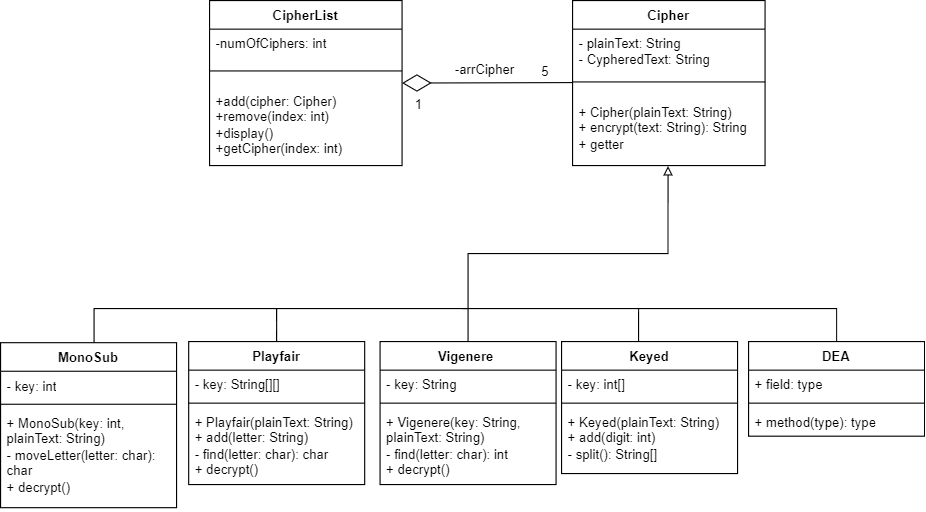
The draw.io diagram uml-class-edu-enc-program.png in HAQ7/educational-encryption-program, before a commit. Source tidied: cells renumbered, new cells last; positions are measured from the earlier drawing's top-left corner, leaving out a move shared by most shapes. The source it was exported from:
```xml
<mxGraphModel>
  <root>
    <mxCell id="0" />
    <mxCell id="1" parent="0" />
    <mxCell id="2" value="Cipher" style="swimlane;fontStyle=1;align=center;verticalAlign=top;horizontal=1;startSize=26;whiteSpace=wrap;html=1;" parent="1" vertex="1">
      <mxGeometry x="520" width="175" height="150" as="geometry" />
    </mxCell>
    <mxCell id="3" value="- plainText: String&lt;br&gt;- CypheredText: String&lt;br&gt;" style="text;strokeColor=none;fillColor=none;align=left;verticalAlign=top;spacingLeft=4;spacingRight=4;overflow=hidden;whiteSpace=wrap;html=1;" parent="2" vertex="1">
      <mxGeometry y="26" width="175" height="34" as="geometry" />
    </mxCell>
    <mxCell id="4" style="line;strokeWidth=1;fillColor=none;align=left;verticalAlign=middle;spacingTop=-1;spacingLeft=3;spacingRight=3;labelPosition=right;strokeColor=inherit;" parent="2" vertex="1">
      <mxGeometry y="60" width="175" height="28" as="geometry" />
    </mxCell>
    <mxCell id="5" value="+ Cipher(plainText: String)&lt;br&gt;+ encrypt(text: String): String&lt;br&gt;+ getter" style="text;strokeColor=none;fillColor=none;align=left;verticalAlign=top;spacingLeft=4;spacingRight=4;overflow=hidden;points=[[0,0.5],[1,0.5]];portConstraint=eastwest;whiteSpace=wrap;html=1;" parent="2" vertex="1">
      <mxGeometry y="88" width="175" height="62" as="geometry" />
    </mxCell>
    <mxCell id="6" style="edgeStyle=orthogonalEdgeStyle;rounded=0;jettySize=auto;html=1;entryX=0.496;entryY=1.007;entryDx=0;entryDy=0;entryPerimeter=0;strokeWidth=1;endArrow=block;endFill=0;" parent="1" edge="1" source="7" target="5">
      <mxGeometry relative="1" as="geometry" />
    </mxCell>
    <mxCell id="7" value="Vigenere&amp;nbsp;" style="swimlane;fontStyle=1;align=center;verticalAlign=top;horizontal=1;startSize=26;whiteSpace=wrap;html=1;" parent="1" vertex="1">
      <mxGeometry x="345" y="310" width="160" height="130" as="geometry" />
    </mxCell>
    <mxCell id="8" value="- key: String" style="text;strokeColor=none;fillColor=none;align=left;verticalAlign=top;spacingLeft=4;spacingRight=4;overflow=hidden;whiteSpace=wrap;html=1;" parent="7" vertex="1">
      <mxGeometry y="26" width="160" height="26" as="geometry" />
    </mxCell>
    <mxCell id="9" style="line;strokeWidth=1;fillColor=none;align=left;verticalAlign=middle;spacingTop=-1;spacingLeft=3;spacingRight=3;labelPosition=right;strokeColor=inherit;" parent="7" vertex="1">
      <mxGeometry y="52" width="160" height="8" as="geometry" />
    </mxCell>
    <mxCell id="10" value="+ Vigenere(key: String, plainText: String)&lt;br&gt;- find(letter: char): int&lt;br&gt;+ decrypt()" style="text;strokeColor=none;fillColor=none;align=left;verticalAlign=top;spacingLeft=4;spacingRight=4;overflow=hidden;whiteSpace=wrap;html=1;" parent="7" vertex="1">
      <mxGeometry y="60" width="160" height="70" as="geometry" />
    </mxCell>
    <mxCell id="11" style="edgeStyle=orthogonalEdgeStyle;rounded=0;jettySize=auto;html=1;endArrow=none;endFill=0;" parent="1" edge="1" source="12">
      <mxGeometry relative="1" as="geometry">
        <mxPoint x="251" y="280" as="targetPoint" />
      </mxGeometry>
    </mxCell>
    <mxCell id="12" value="Playfair" style="swimlane;fontStyle=1;align=center;verticalAlign=top;horizontal=1;startSize=26;whiteSpace=wrap;html=1;" parent="1" vertex="1">
      <mxGeometry x="171" y="310" width="160" height="130" as="geometry" />
    </mxCell>
    <mxCell id="13" value="- key: String[][]" style="text;strokeColor=none;fillColor=none;align=left;verticalAlign=top;spacingLeft=4;spacingRight=4;overflow=hidden;whiteSpace=wrap;html=1;" parent="12" vertex="1">
      <mxGeometry y="26" width="160" height="26" as="geometry" />
    </mxCell>
    <mxCell id="14" style="line;strokeWidth=1;fillColor=none;align=left;verticalAlign=middle;spacingTop=-1;spacingLeft=3;spacingRight=3;labelPosition=right;strokeColor=inherit;" parent="12" vertex="1">
      <mxGeometry y="52" width="160" height="8" as="geometry" />
    </mxCell>
    <mxCell id="15" value="+ Playfair(plainText: String)&lt;br&gt;+ add(letter: String)&lt;br&gt;- find(letter: char): char&lt;br&gt;+ decrypt()" style="text;strokeColor=none;fillColor=none;align=left;verticalAlign=top;spacingLeft=4;spacingRight=4;overflow=hidden;whiteSpace=wrap;html=1;" parent="12" vertex="1">
      <mxGeometry y="60" width="160" height="70" as="geometry" />
    </mxCell>
    <mxCell id="16" style="edgeStyle=orthogonalEdgeStyle;rounded=0;orthogonalLoop=1;jettySize=auto;html=1;endArrow=none;endFill=0;" parent="1" edge="1">
      <mxGeometry relative="1" as="geometry">
        <mxPoint x="85" y="331" as="sourcePoint" />
        <mxPoint x="425" y="280" as="targetPoint" />
        <Array as="points">
          <mxPoint x="85" y="280" />
        </Array>
      </mxGeometry>
    </mxCell>
    <mxCell id="17" value="MonoSub" style="swimlane;fontStyle=1;align=center;verticalAlign=top;horizontal=1;startSize=26;whiteSpace=wrap;html=1;" parent="1" vertex="1">
      <mxGeometry y="311" width="160" height="150" as="geometry" />
    </mxCell>
    <mxCell id="18" value="- key: int" style="text;strokeColor=none;fillColor=none;align=left;verticalAlign=top;spacingLeft=4;spacingRight=4;overflow=hidden;whiteSpace=wrap;html=1;" parent="17" vertex="1">
      <mxGeometry y="26" width="160" height="26" as="geometry" />
    </mxCell>
    <mxCell id="19" style="line;strokeWidth=1;fillColor=none;align=left;verticalAlign=middle;spacingTop=-1;spacingLeft=3;spacingRight=3;labelPosition=right;strokeColor=inherit;" parent="17" vertex="1">
      <mxGeometry y="52" width="160" height="8" as="geometry" />
    </mxCell>
    <mxCell id="20" value="+ MonoSub(key: int, plainText: String)&lt;br&gt;- moveLetter(letter: char): char&lt;br&gt;+ decrypt()" style="text;strokeColor=none;fillColor=none;align=left;verticalAlign=top;spacingLeft=4;spacingRight=4;overflow=hidden;whiteSpace=wrap;html=1;" parent="17" vertex="1">
      <mxGeometry y="60" width="160" height="90" as="geometry" />
    </mxCell>
    <mxCell id="21" style="edgeStyle=orthogonalEdgeStyle;rounded=0;orthogonalLoop=1;jettySize=auto;html=1;endArrow=none;endFill=0;" parent="1" edge="1">
      <mxGeometry relative="1" as="geometry">
        <mxPoint x="580" y="330" as="sourcePoint" />
        <mxPoint x="420" y="280" as="targetPoint" />
        <Array as="points">
          <mxPoint x="580" y="280" />
        </Array>
      </mxGeometry>
    </mxCell>
    <mxCell id="22" value="Keyed" style="swimlane;fontStyle=1;align=center;verticalAlign=top;horizontal=1;startSize=26;whiteSpace=wrap;html=1;" parent="1" vertex="1">
      <mxGeometry x="510" y="310" width="160" height="120" as="geometry" />
    </mxCell>
    <mxCell id="23" value="- key: int[]" style="text;strokeColor=none;fillColor=none;align=left;verticalAlign=top;spacingLeft=4;spacingRight=4;overflow=hidden;whiteSpace=wrap;html=1;" parent="22" vertex="1">
      <mxGeometry y="26" width="160" height="26" as="geometry" />
    </mxCell>
    <mxCell id="24" style="line;strokeWidth=1;fillColor=none;align=left;verticalAlign=middle;spacingTop=-1;spacingLeft=3;spacingRight=3;labelPosition=right;strokeColor=inherit;" parent="22" vertex="1">
      <mxGeometry y="52" width="160" height="8" as="geometry" />
    </mxCell>
    <mxCell id="25" value="+ Keyed(plainText: String)&lt;br&gt;+ add(digit: int)&lt;br&gt;- split(): String[]" style="text;strokeColor=none;fillColor=none;align=left;verticalAlign=top;spacingLeft=4;spacingRight=4;overflow=hidden;whiteSpace=wrap;html=1;" parent="22" vertex="1">
      <mxGeometry y="60" width="160" height="60" as="geometry" />
    </mxCell>
    <mxCell id="26" style="edgeStyle=orthogonalEdgeStyle;rounded=0;jettySize=auto;html=1;endArrow=none;endFill=0;" parent="1" edge="1" source="27">
      <mxGeometry relative="1" as="geometry">
        <mxPoint x="580" y="280" as="targetPoint" />
        <Array as="points">
          <mxPoint x="760" y="280" />
        </Array>
      </mxGeometry>
    </mxCell>
    <mxCell id="27" value="DEA" style="swimlane;fontStyle=1;align=center;verticalAlign=top;horizontal=1;startSize=26;whiteSpace=wrap;html=1;" parent="1" vertex="1">
      <mxGeometry x="680" y="310" width="160" height="86" as="geometry" />
    </mxCell>
    <mxCell id="28" value="+ field: type" style="text;strokeColor=none;fillColor=none;align=left;verticalAlign=top;spacingLeft=4;spacingRight=4;overflow=hidden;whiteSpace=wrap;html=1;" parent="27" vertex="1">
      <mxGeometry y="26" width="160" height="26" as="geometry" />
    </mxCell>
    <mxCell id="29" style="line;strokeWidth=1;fillColor=none;align=left;verticalAlign=middle;spacingTop=-1;spacingLeft=3;spacingRight=3;labelPosition=right;strokeColor=inherit;" parent="27" vertex="1">
      <mxGeometry y="52" width="160" height="8" as="geometry" />
    </mxCell>
    <mxCell id="30" value="+ method(type): type" style="text;strokeColor=none;fillColor=none;align=left;verticalAlign=top;spacingLeft=4;spacingRight=4;overflow=hidden;whiteSpace=wrap;html=1;" parent="27" vertex="1">
      <mxGeometry y="60" width="160" height="26" as="geometry" />
    </mxCell>
    <mxCell id="31" style="endArrow=diamondThin;endFill=0;endSize=24;html=1;rounded=0;" parent="1" edge="1">
      <mxGeometry relative="1" as="geometry">
        <mxPoint x="520" y="74.6" as="sourcePoint" />
        <mxPoint x="365" y="75" as="targetPoint" />
      </mxGeometry>
    </mxCell>
    <mxCell id="32" value="CipherList" style="swimlane;fontStyle=1;align=center;verticalAlign=top;horizontal=1;startSize=26;whiteSpace=wrap;html=1;" parent="1" vertex="1">
      <mxGeometry x="190" width="175" height="150" as="geometry" />
    </mxCell>
    <mxCell id="33" value="-numOfCiphers: int" style="text;strokeColor=none;fillColor=none;align=left;verticalAlign=top;spacingLeft=4;spacingRight=4;overflow=hidden;whiteSpace=wrap;html=1;" parent="32" vertex="1">
      <mxGeometry y="26" width="175" height="24" as="geometry" />
    </mxCell>
    <mxCell id="34" style="line;strokeWidth=1;fillColor=none;align=left;verticalAlign=middle;spacingTop=-1;spacingLeft=3;spacingRight=3;labelPosition=right;strokeColor=inherit;" parent="32" vertex="1">
      <mxGeometry y="50" width="175" height="28" as="geometry" />
    </mxCell>
    <mxCell id="35" value="+add(cipher: Cipher)&lt;br&gt;+remove(index: int)&lt;br&gt;+display()&lt;br&gt;+getCipher(index: int)" style="text;strokeColor=none;fillColor=none;align=left;verticalAlign=top;spacingLeft=4;spacingRight=4;overflow=hidden;whiteSpace=wrap;html=1;" parent="32" vertex="1">
      <mxGeometry y="78" width="175" height="72" as="geometry" />
    </mxCell>
    <mxCell id="36" value="5" style="text;html=1;align=center;verticalAlign=middle;strokeColor=none;fillColor=none;" parent="1" vertex="1">
      <mxGeometry x="480" y="50" width="30" height="30" as="geometry" />
    </mxCell>
    <mxCell id="37" value="1" style="text;html=1;align=center;verticalAlign=middle;strokeColor=none;fillColor=none;" parent="1" vertex="1">
      <mxGeometry x="365" y="80" width="30" height="30" as="geometry" />
    </mxCell>
    <mxCell id="38" value="-arrCipher" style="text;html=1;align=center;verticalAlign=middle;strokeColor=none;fillColor=none;" parent="1" vertex="1">
      <mxGeometry x="400" y="48" width="80" height="30" as="geometry" />
    </mxCell>
  </root>
</mxGraphModel>
```
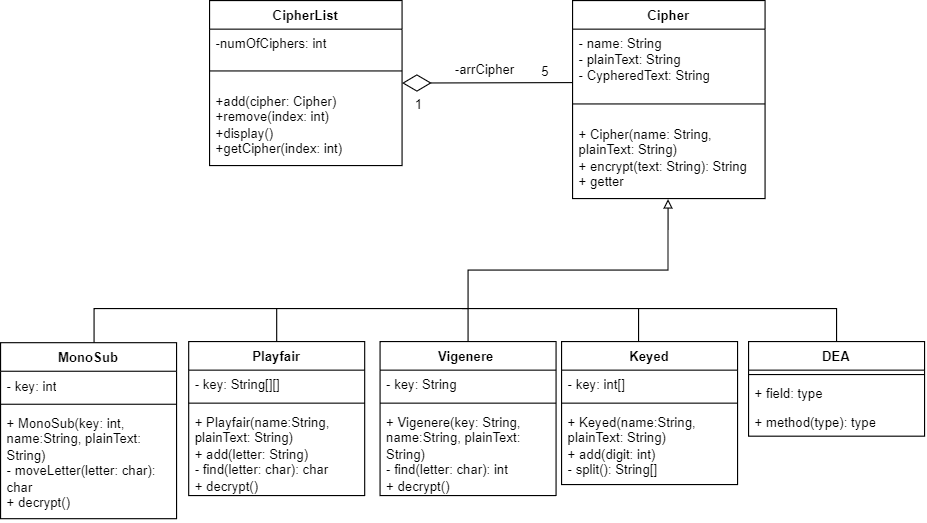
Later version of the same file.

Commit message:
new uml class

What changed in the source:
```diff
@@ -3,22 +3,22 @@
     <mxCell id="0" />
     <mxCell id="1" parent="0" />
     <mxCell id="2" value="Cipher" style="swimlane;fontStyle=1;align=center;verticalAlign=top;horizontal=1;startSize=26;whiteSpace=wrap;html=1;" parent="1" vertex="1">
-      <mxGeometry x="520" width="175" height="150" as="geometry" />
+      <mxGeometry x="520" width="175" height="180" as="geometry" />
     </mxCell>
-    <mxCell id="3" value="- plainText: String&lt;br&gt;- CypheredText: String&lt;br&gt;" style="text;strokeColor=none;fillColor=none;align=left;verticalAlign=top;spacingLeft=4;spacingRight=4;overflow=hidden;whiteSpace=wrap;html=1;" parent="2" vertex="1">
-      <mxGeometry y="26" width="175" height="34" as="geometry" />
+    <mxCell id="3" value="- name: String&lt;br&gt;- plainText: String&lt;br&gt;- CypheredText: String" style="text;strokeColor=none;fillColor=none;align=left;verticalAlign=top;spacingLeft=4;spacingRight=4;overflow=hidden;whiteSpace=wrap;html=1;" parent="2" vertex="1">
+      <mxGeometry y="26" width="175" height="54" as="geometry" />
     </mxCell>
     <mxCell id="4" style="line;strokeWidth=1;fillColor=none;align=left;verticalAlign=middle;spacingTop=-1;spacingLeft=3;spacingRight=3;labelPosition=right;strokeColor=inherit;" parent="2" vertex="1">
-      <mxGeometry y="60" width="175" height="28" as="geometry" />
+      <mxGeometry y="80" width="175" height="28" as="geometry" />
     </mxCell>
-    <mxCell id="5" value="+ Cipher(plainText: String)&lt;br&gt;+ encrypt(text: String): String&lt;br&gt;+ getter" style="text;strokeColor=none;fillColor=none;align=left;verticalAlign=top;spacingLeft=4;spacingRight=4;overflow=hidden;points=[[0,0.5],[1,0.5]];portConstraint=eastwest;whiteSpace=wrap;html=1;" parent="2" vertex="1">
-      <mxGeometry y="88" width="175" height="62" as="geometry" />
+    <mxCell id="5" value="+ Cipher(name: String, plainText: String)&lt;br&gt;+ encrypt(text: String): String&lt;br&gt;+ getter" style="text;strokeColor=none;fillColor=none;align=left;verticalAlign=top;spacingLeft=4;spacingRight=4;overflow=hidden;points=[[0,0.5],[1,0.5]];portConstraint=eastwest;whiteSpace=wrap;html=1;" parent="2" vertex="1">
+      <mxGeometry y="108" width="175" height="72" as="geometry" />
     </mxCell>
     <mxCell id="6" style="edgeStyle=orthogonalEdgeStyle;rounded=0;jettySize=auto;html=1;entryX=0.496;entryY=1.007;entryDx=0;entryDy=0;entryPerimeter=0;strokeWidth=1;endArrow=block;endFill=0;" parent="1" edge="1" source="7" target="5">
       <mxGeometry relative="1" as="geometry" />
     </mxCell>
     <mxCell id="7" value="Vigenere&amp;nbsp;" style="swimlane;fontStyle=1;align=center;verticalAlign=top;horizontal=1;startSize=26;whiteSpace=wrap;html=1;" parent="1" vertex="1">
-      <mxGeometry x="345" y="310" width="160" height="130" as="geometry" />
+      <mxGeometry x="345" y="310" width="160" height="140" as="geometry" />
     </mxCell>
     <mxCell id="8" value="- key: String" style="text;strokeColor=none;fillColor=none;align=left;verticalAlign=top;spacingLeft=4;spacingRight=4;overflow=hidden;whiteSpace=wrap;html=1;" parent="7" vertex="1">
       <mxGeometry y="26" width="160" height="26" as="geometry" />
@@ -26,8 +26,8 @@
     <mxCell id="9" style="line;strokeWidth=1;fillColor=none;align=left;verticalAlign=middle;spacingTop=-1;spacingLeft=3;spacingRight=3;labelPosition=right;strokeColor=inherit;" parent="7" vertex="1">
       <mxGeometry y="52" width="160" height="8" as="geometry" />
     </mxCell>
-    <mxCell id="10" value="+ Vigenere(key: String, plainText: String)&lt;br&gt;- find(letter: char): int&lt;br&gt;+ decrypt()" style="text;strokeColor=none;fillColor=none;align=left;verticalAlign=top;spacingLeft=4;spacingRight=4;overflow=hidden;whiteSpace=wrap;html=1;" parent="7" vertex="1">
-      <mxGeometry y="60" width="160" height="70" as="geometry" />
+    <mxCell id="10" value="+ Vigenere(key: String, name:String, plainText: String)&lt;br&gt;- find(letter: char): int&lt;br&gt;+ decrypt()" style="text;strokeColor=none;fillColor=none;align=left;verticalAlign=top;spacingLeft=4;spacingRight=4;overflow=hidden;whiteSpace=wrap;html=1;" parent="7" vertex="1">
+      <mxGeometry y="60" width="160" height="80" as="geometry" />
     </mxCell>
     <mxCell id="11" style="edgeStyle=orthogonalEdgeStyle;rounded=0;jettySize=auto;html=1;endArrow=none;endFill=0;" parent="1" edge="1" source="12">
       <mxGeometry relative="1" as="geometry">
@@ -35,7 +35,7 @@
       </mxGeometry>
     </mxCell>
     <mxCell id="12" value="Playfair" style="swimlane;fontStyle=1;align=center;verticalAlign=top;horizontal=1;startSize=26;whiteSpace=wrap;html=1;" parent="1" vertex="1">
-      <mxGeometry x="171" y="310" width="160" height="130" as="geometry" />
+      <mxGeometry x="171" y="310" width="160" height="140" as="geometry" />
     </mxCell>
     <mxCell id="13" value="- key: String[][]" style="text;strokeColor=none;fillColor=none;align=left;verticalAlign=top;spacingLeft=4;spacingRight=4;overflow=hidden;whiteSpace=wrap;html=1;" parent="12" vertex="1">
       <mxGeometry y="26" width="160" height="26" as="geometry" />
@@ -43,8 +43,8 @@
     <mxCell id="14" style="line;strokeWidth=1;fillColor=none;align=left;verticalAlign=middle;spacingTop=-1;spacingLeft=3;spacingRight=3;labelPosition=right;strokeColor=inherit;" parent="12" vertex="1">
       <mxGeometry y="52" width="160" height="8" as="geometry" />
     </mxCell>
-    <mxCell id="15" value="+ Playfair(plainText: String)&lt;br&gt;+ add(letter: String)&lt;br&gt;- find(letter: char): char&lt;br&gt;+ decrypt()" style="text;strokeColor=none;fillColor=none;align=left;verticalAlign=top;spacingLeft=4;spacingRight=4;overflow=hidden;whiteSpace=wrap;html=1;" parent="12" vertex="1">
-      <mxGeometry y="60" width="160" height="70" as="geometry" />
+    <mxCell id="15" value="+ Playfair(name:String, plainText: String)&lt;br&gt;+ add(letter: String)&lt;br&gt;- find(letter: char): char&lt;br&gt;+ decrypt()" style="text;strokeColor=none;fillColor=none;align=left;verticalAlign=top;spacingLeft=4;spacingRight=4;overflow=hidden;whiteSpace=wrap;html=1;" parent="12" vertex="1">
+      <mxGeometry y="60" width="160" height="80" as="geometry" />
     </mxCell>
     <mxCell id="16" style="edgeStyle=orthogonalEdgeStyle;rounded=0;orthogonalLoop=1;jettySize=auto;html=1;endArrow=none;endFill=0;" parent="1" edge="1">
       <mxGeometry relative="1" as="geometry">
@@ -56,7 +56,7 @@
       </mxGeometry>
     </mxCell>
     <mxCell id="17" value="MonoSub" style="swimlane;fontStyle=1;align=center;verticalAlign=top;horizontal=1;startSize=26;whiteSpace=wrap;html=1;" parent="1" vertex="1">
-      <mxGeometry y="311" width="160" height="150" as="geometry" />
+      <mxGeometry y="311" width="160" height="160" as="geometry" />
     </mxCell>
     <mxCell id="18" value="- key: int" style="text;strokeColor=none;fillColor=none;align=left;verticalAlign=top;spacingLeft=4;spacingRight=4;overflow=hidden;whiteSpace=wrap;html=1;" parent="17" vertex="1">
       <mxGeometry y="26" width="160" height="26" as="geometry" />
@@ -64,8 +64,8 @@
     <mxCell id="19" style="line;strokeWidth=1;fillColor=none;align=left;verticalAlign=middle;spacingTop=-1;spacingLeft=3;spacingRight=3;labelPosition=right;strokeColor=inherit;" parent="17" vertex="1">
       <mxGeometry y="52" width="160" height="8" as="geometry" />
     </mxCell>
-    <mxCell id="20" value="+ MonoSub(key: int, plainText: String)&lt;br&gt;- moveLetter(letter: char): char&lt;br&gt;+ decrypt()" style="text;strokeColor=none;fillColor=none;align=left;verticalAlign=top;spacingLeft=4;spacingRight=4;overflow=hidden;whiteSpace=wrap;html=1;" parent="17" vertex="1">
-      <mxGeometry y="60" width="160" height="90" as="geometry" />
+    <mxCell id="20" value="+ MonoSub(key: int, name:String, plainText: String)&lt;br&gt;- moveLetter(letter: char): char&lt;br&gt;+ decrypt()" style="text;strokeColor=none;fillColor=none;align=left;verticalAlign=top;spacingLeft=4;spacingRight=4;overflow=hidden;whiteSpace=wrap;html=1;" parent="17" vertex="1">
+      <mxGeometry y="60" width="160" height="100" as="geometry" />
     </mxCell>
     <mxCell id="21" style="edgeStyle=orthogonalEdgeStyle;rounded=0;orthogonalLoop=1;jettySize=auto;html=1;endArrow=none;endFill=0;" parent="1" edge="1">
       <mxGeometry relative="1" as="geometry">
@@ -77,7 +77,7 @@
       </mxGeometry>
     </mxCell>
     <mxCell id="22" value="Keyed" style="swimlane;fontStyle=1;align=center;verticalAlign=top;horizontal=1;startSize=26;whiteSpace=wrap;html=1;" parent="1" vertex="1">
-      <mxGeometry x="510" y="310" width="160" height="120" as="geometry" />
+      <mxGeometry x="510" y="310" width="160" height="130" as="geometry" />
     </mxCell>
     <mxCell id="23" value="- key: int[]" style="text;strokeColor=none;fillColor=none;align=left;verticalAlign=top;spacingLeft=4;spacingRight=4;overflow=hidden;whiteSpace=wrap;html=1;" parent="22" vertex="1">
       <mxGeometry y="26" width="160" height="26" as="geometry" />
@@ -85,8 +85,8 @@
     <mxCell id="24" style="line;strokeWidth=1;fillColor=none;align=left;verticalAlign=middle;spacingTop=-1;spacingLeft=3;spacingRight=3;labelPosition=right;strokeColor=inherit;" parent="22" vertex="1">
       <mxGeometry y="52" width="160" height="8" as="geometry" />
     </mxCell>
-    <mxCell id="25" value="+ Keyed(plainText: String)&lt;br&gt;+ add(digit: int)&lt;br&gt;- split(): String[]" style="text;strokeColor=none;fillColor=none;align=left;verticalAlign=top;spacingLeft=4;spacingRight=4;overflow=hidden;whiteSpace=wrap;html=1;" parent="22" vertex="1">
-      <mxGeometry y="60" width="160" height="60" as="geometry" />
+    <mxCell id="25" value="+ Keyed(name:String, plainText: String)&lt;br&gt;+ add(digit: int)&lt;br&gt;- split(): String[]" style="text;strokeColor=none;fillColor=none;align=left;verticalAlign=top;spacingLeft=4;spacingRight=4;overflow=hidden;whiteSpace=wrap;html=1;" parent="22" vertex="1">
+      <mxGeometry y="60" width="160" height="70" as="geometry" />
     </mxCell>
     <mxCell id="26" style="edgeStyle=orthogonalEdgeStyle;rounded=0;jettySize=auto;html=1;endArrow=none;endFill=0;" parent="1" edge="1" source="27">
       <mxGeometry relative="1" as="geometry">
@@ -99,12 +99,12 @@
     <mxCell id="27" value="DEA" style="swimlane;fontStyle=1;align=center;verticalAlign=top;horizontal=1;startSize=26;whiteSpace=wrap;html=1;" parent="1" vertex="1">
       <mxGeometry x="680" y="310" width="160" height="86" as="geometry" />
     </mxCell>
+    <mxCell id="29" style="line;strokeWidth=1;fillColor=none;align=left;verticalAlign=middle;spacingTop=-1;spacingLeft=3;spacingRight=3;labelPosition=right;strokeColor=inherit;" parent="27" vertex="1">
+      <mxGeometry y="26" width="160" height="8" as="geometry" />
+    </mxCell>
     <mxCell id="28" value="+ field: type" style="text;strokeColor=none;fillColor=none;align=left;verticalAlign=top;spacingLeft=4;spacingRight=4;overflow=hidden;whiteSpace=wrap;html=1;" parent="27" vertex="1">
-      <mxGeometry y="26" width="160" height="26" as="geometry" />
+      <mxGeometry y="34" width="160" height="26" as="geometry" />
     </mxCell>
-    <mxCell id="29" style="line;strokeWidth=1;fillColor=none;align=left;verticalAlign=middle;spacingTop=-1;spacingLeft=3;spacingRight=3;labelPosition=right;strokeColor=inherit;" parent="27" vertex="1">
-      <mxGeometry y="52" width="160" height="8" as="geometry" />
-    </mxCell>
     <mxCell id="30" value="+ method(type): type" style="text;strokeColor=none;fillColor=none;align=left;verticalAlign=top;spacingLeft=4;spacingRight=4;overflow=hidden;whiteSpace=wrap;html=1;" parent="27" vertex="1">
       <mxGeometry y="60" width="160" height="26" as="geometry" />
     </mxCell>
```
